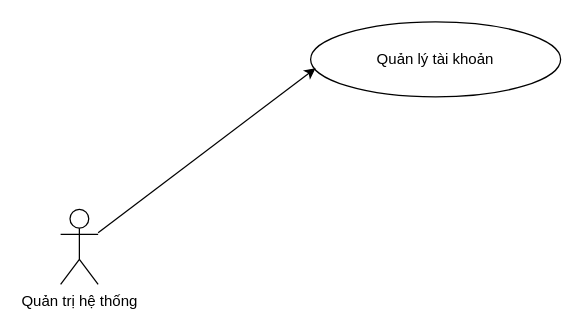
This is page "1. Tổng quát hệ thống" (1 of 3) of securities.drawio from luyenhaidangit/business, a draw.io file, before an edit. Source tidied: cells renumbered, new cells numbered last; positions are measured from the earlier drawing's top-left corner, leaving out a move shared by most shapes. Both pictures are drawn from the tidied source at 125%, with x=0, y=0 at pixel (60, 21).
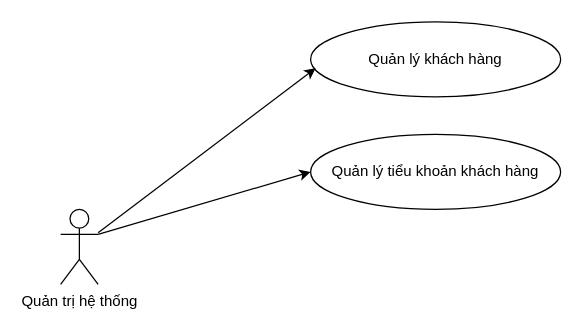
Above is the later version.

What changed in the source:
```diff
@@
 <mxGraphModel>
   <root>
     <mxCell id="0" />
     <mxCell id="1" parent="0" />
     <mxCell id="2" value="Quản trị hệ thống" style="shape=umlActor;verticalLabelPosition=bottom;verticalAlign=top;html=1;outlineConnect=0;" parent="1" vertex="1">
       <mxGeometry y="150" width="30" height="60" as="geometry" />
     </mxCell>
-    <mxCell id="3" value="Quản lý tài khoản" style="ellipse;whiteSpace=wrap;html=1;" parent="1" vertex="1">
+    <mxCell id="3" value="Quản lý khách hàng" style="ellipse;whiteSpace=wrap;html=1;" parent="1" vertex="1">
       <mxGeometry x="200" width="200" height="60" as="geometry" />
     </mxCell>
     <mxCell id="4" style="endArrow=classic;html=1;rounded=0;entryX=0.02;entryY=0.617;entryDx=0;entryDy=0;entryPerimeter=0;" parent="1" edge="1" source="2" target="3">
       <mxGeometry relative="1" as="geometry" />
     </mxCell>
+    <mxCell id="5" value="Quản lý tiểu khoản khách hàng" style="ellipse;whiteSpace=wrap;html=1;" parent="1" vertex="1">
+      <mxGeometry x="200" y="90" width="200" height="60" as="geometry" />
+    </mxCell>
+    <mxCell id="6" style="endArrow=classic;html=1;rounded=0;entryX=0;entryY=0.5;entryDx=0;entryDy=0;" parent="1" edge="1" target="5">
+      <mxGeometry relative="1" as="geometry">
+        <mxPoint x="30" y="170" as="sourcePoint" />
+      </mxGeometry>
+    </mxCell>
   </root>
 </mxGraphModel>
```
